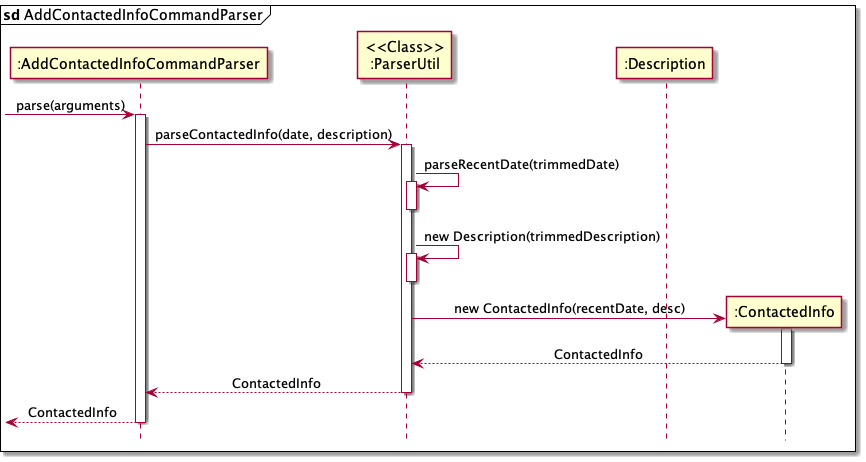
Earlier version of the PlantUML export docs/images/AddContactedInfoCommandParserSeqDiagram.png (pyk595/tp). Its diagram source:
```plantuml
@startuml

mainframe **sd** AddContactedInfoCommandParser
hide footbox

skinparam Sequence {
    MessageAlign center
    BoxFontSize 15
    BoxPadding 0
    BoxFontColor #FFFFFF
    FontName Arial
}

participant ":AddContactedInfoCommandParser" as AddContactedInfoCommandParser
participant "<<Class>>\n:ParserUtil" as ParserUtil
participant ":Description" as Description
participant ":ContactedInfo" as ContactedInfo

-> AddContactedInfoCommandParser : parse(arguments)

activate AddContactedInfoCommandParser
AddContactedInfoCommandParser -> ParserUtil : parseContactedInfo(date, description)
activate ParserUtil

ParserUtil -> ParserUtil : parseRecentDate(trimmedDate)
activate ParserUtil
deactivate ParserUtil

ParserUtil -> ParserUtil : new Description(trimmedDescription)
activate ParserUtil
deactivate ParserUtil

Create ContactedInfo
ParserUtil -> ContactedInfo : new ContactedInfo(recentDate, desc)
activate ContactedInfo

ContactedInfo --> ParserUtil : ContactedInfo
deactivate ContactedInfo

ParserUtil --> AddContactedInfoCommandParser : ContactedInfo
deactivate ParserUtil

<-- AddContactedInfoCommandParser: ContactedInfo
deactivate AddContactedInfoCommandParser
@enduml
```
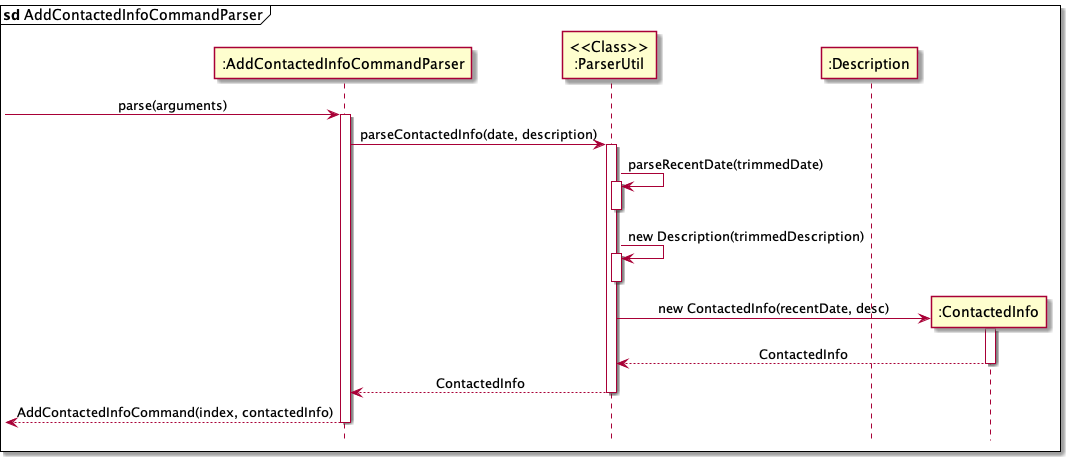
Above is the later version.

Diff of the diagram source:
```diff
@@ -40,6 +40,6 @@
 ParserUtil --> AddContactedInfoCommandParser : ContactedInfo
 deactivate ParserUtil
 
-<-- AddContactedInfoCommandParser: ContactedInfo
+<-- AddContactedInfoCommandParser: AddContactedInfoCommand(index, contactedInfo)
 deactivate AddContactedInfoCommandParser
 @enduml
```
